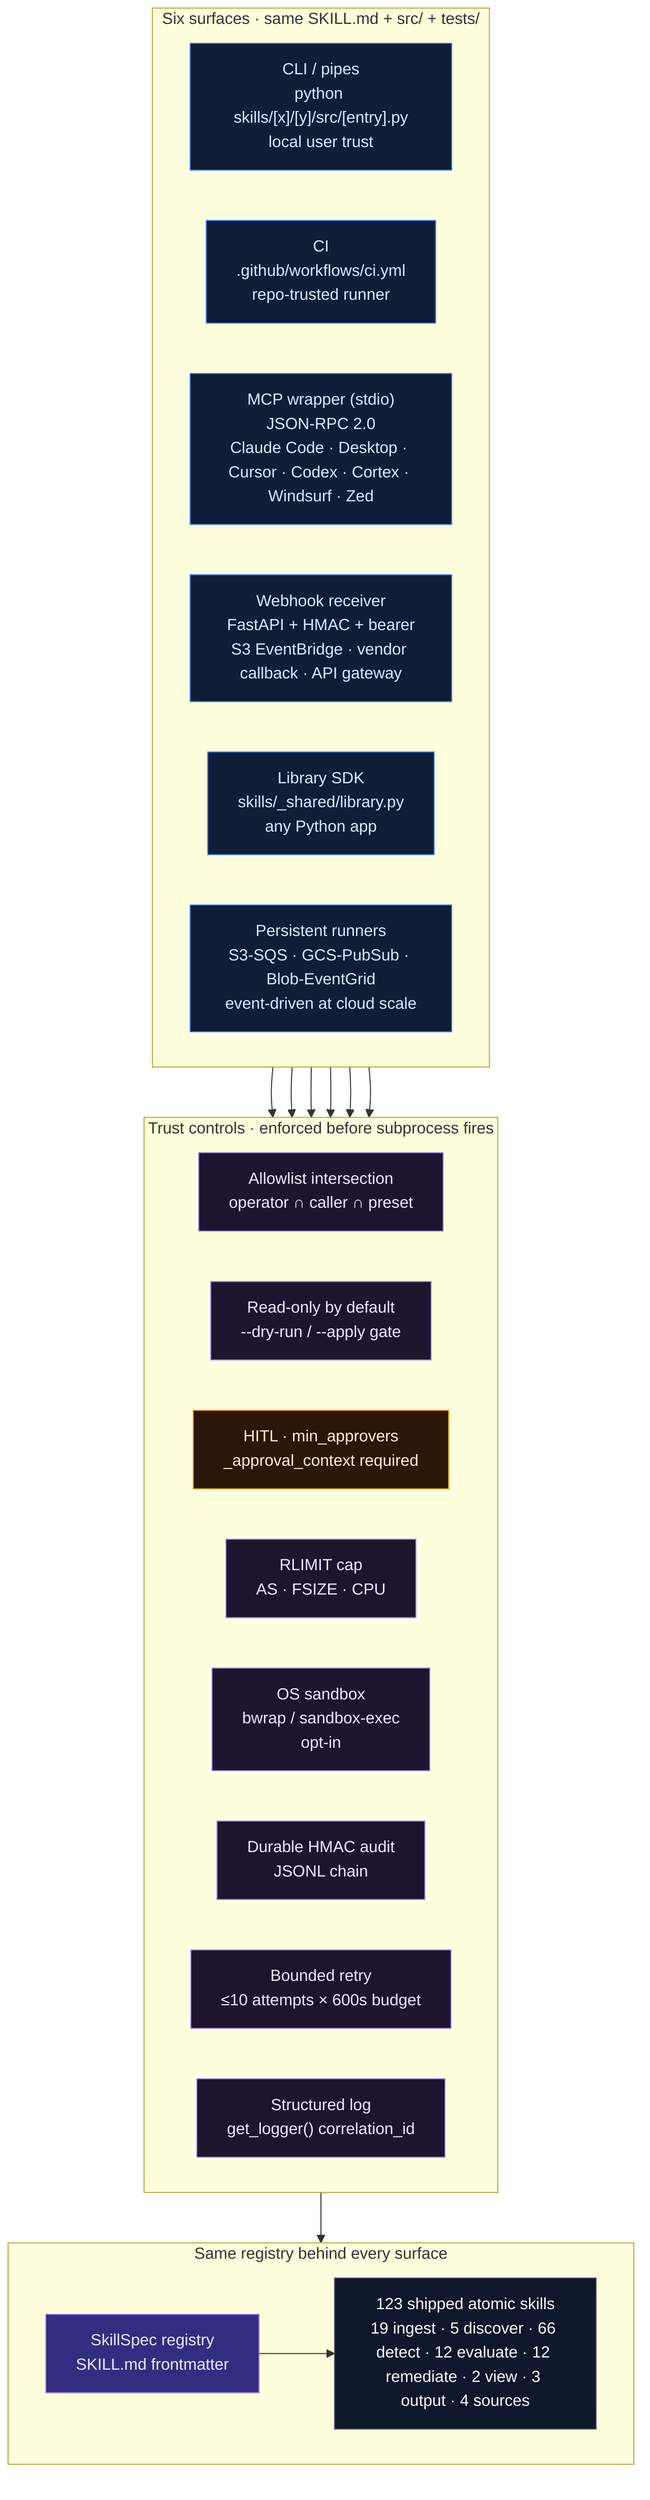
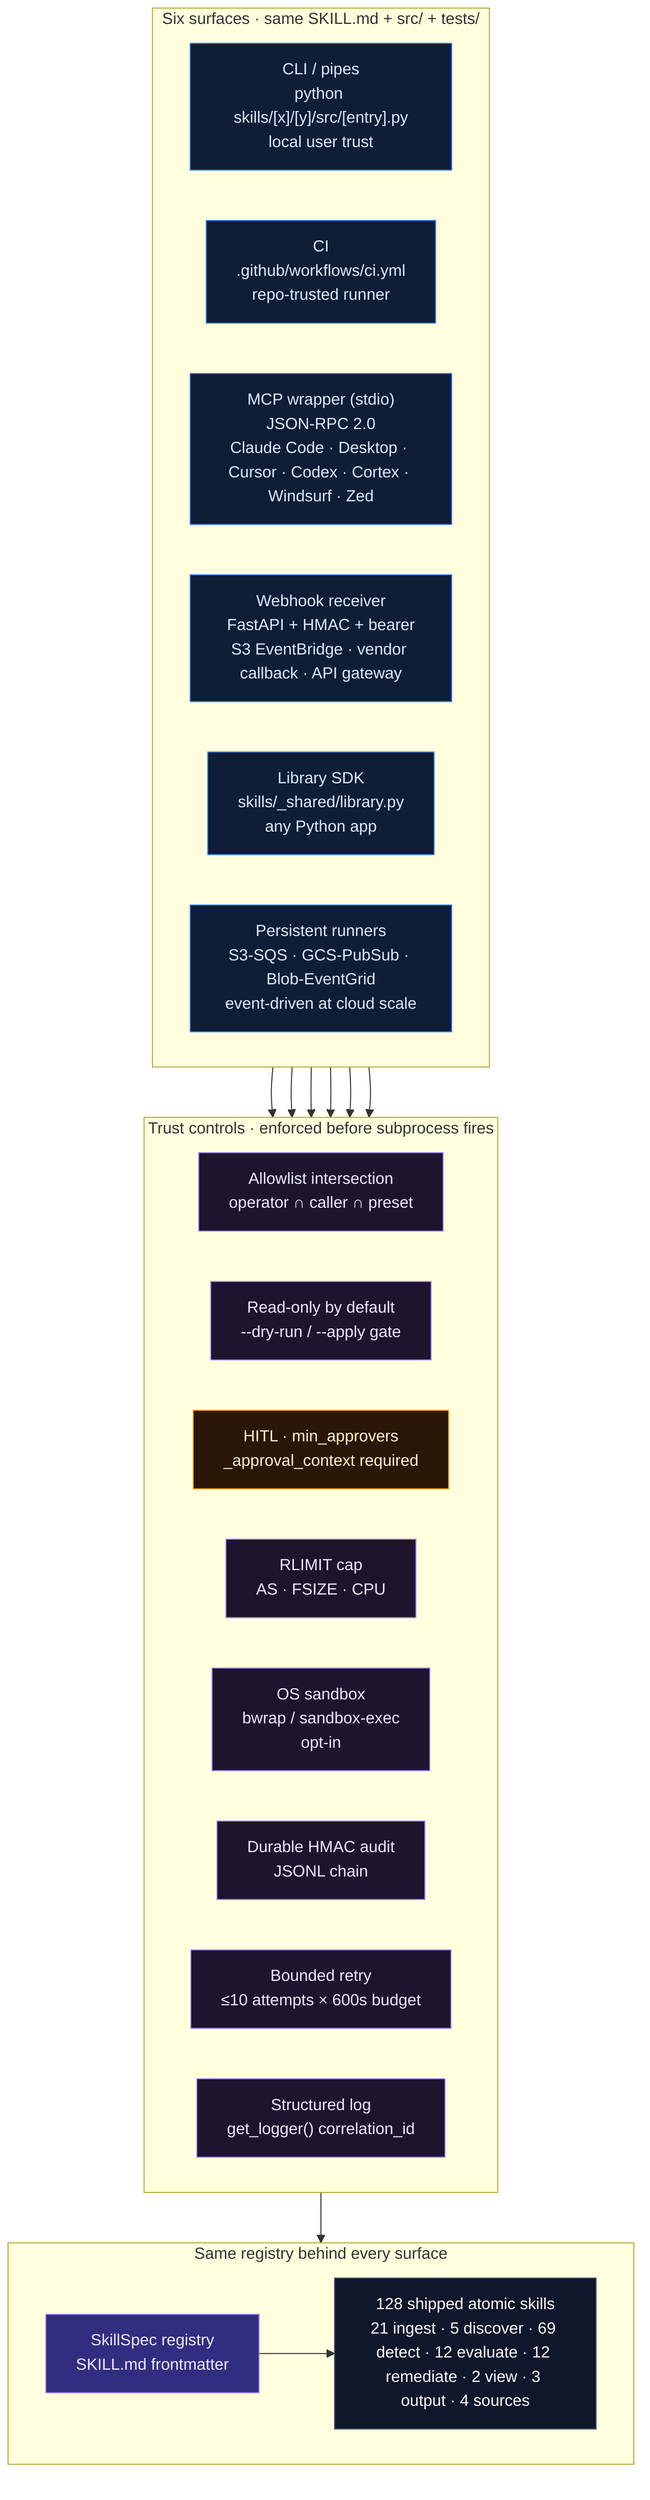
%% Surface comparison — six shipped surfaces with the same skill bundle
%% behind every one. Each surface adds its own transport + auth +
%% guardrail layer; every column converges at the SkillSpec registry
%% and the 120 atomic skills below it.
flowchart TD
  classDef surface fill:#0f1d36,stroke:#3b82f6,color:#dbeafe
  classDef control fill:#1f142e,stroke:#a78bfa,color:#ede9fe
  classDef registry fill:#312e81,stroke:#a78bfa,color:#ede9fe
  classDef skills fill:#0f172a,stroke:#475569,color:#f8fafc
  classDef gate fill:#2a1708,stroke:#f59e0b,color:#fef3c7

  subgraph SURFACES["Six surfaces · same SKILL.md + src/ + tests/"]
    direction LR
    cli["CLI / pipes<br/>python skills/[x]/[y]/src/[entry].py<br/>local user trust"]:::surface
    ci["CI<br/>.github/workflows/ci.yml<br/>repo-trusted runner"]:::surface
    mcp["MCP wrapper (stdio)<br/>JSON-RPC 2.0<br/>Claude Code · Desktop · Cursor · Codex · Cortex · Windsurf · Zed"]:::surface
    web["Webhook receiver<br/>FastAPI + HMAC + bearer<br/>S3 EventBridge · vendor callback · API gateway"]:::surface
    lib["Library SDK<br/>skills/_shared/library.py<br/>any Python app"]:::surface
    runners["Persistent runners<br/>S3-SQS · GCS-PubSub · Blob-EventGrid<br/>event-driven at cloud scale"]:::surface
  end

  subgraph CONTROLS["Trust controls · enforced before subprocess fires"]
    direction LR
    allow["Allowlist intersection<br/>operator ∩ caller ∩ preset"]:::control
    safewrite["Read-only by default<br/>--dry-run / --apply gate"]:::control
    hitl["HITL · min_approvers<br/>_approval_context required"]:::gate
    rlimit["RLIMIT cap<br/>AS · FSIZE · CPU"]:::control
    sandbox["OS sandbox<br/>bwrap / sandbox-exec<br/>opt-in"]:::control
    audit["Durable HMAC audit<br/>JSONL chain"]:::control
    retry["Bounded retry<br/>≤10 attempts × 600s budget"]:::control
    log["Structured log<br/>get_logger() correlation_id"]:::control
  end

  subgraph CORE["Same registry behind every surface"]
    direction LR
    registry["SkillSpec registry<br/>SKILL.md frontmatter"]:::registry
-     skills79["123 shipped atomic skills<br/>19 ingest · 5 discover · 66 detect · 12 evaluate · 12 remediate · 2 view · 3 output · 4 sources"]:::skills
+     skills79["128 shipped atomic skills<br/>21 ingest · 5 discover · 69 detect · 12 evaluate · 12 remediate · 2 view · 3 output · 4 sources"]:::skills
  end

  cli --> CONTROLS
  ci --> CONTROLS
  mcp --> CONTROLS
  web --> CONTROLS
  lib --> CONTROLS
  runners --> CONTROLS

  CONTROLS --> registry
  registry --> skills79
